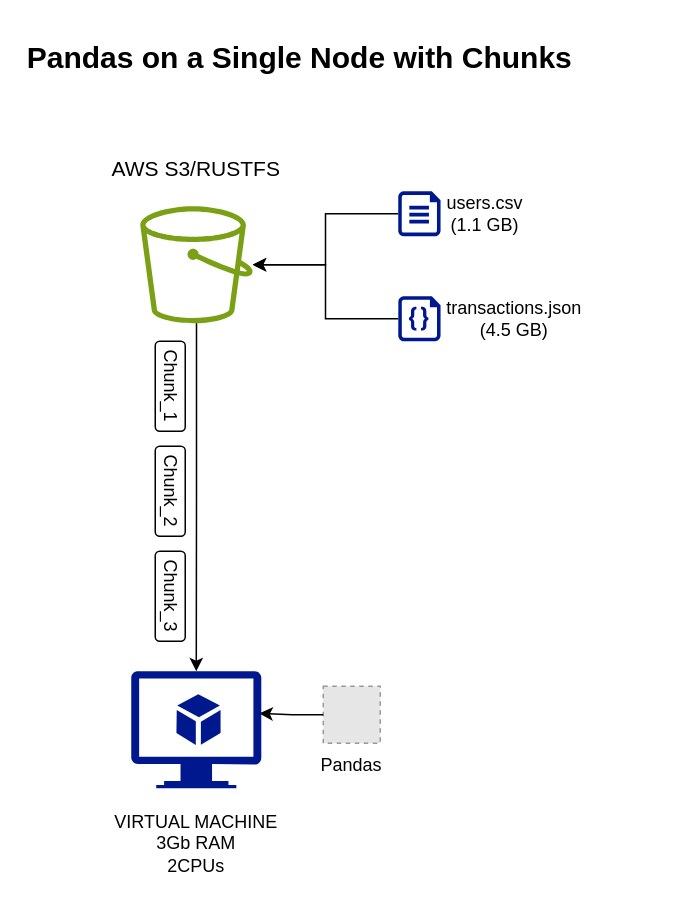
The draw.io diagram page "Single node Pandas (Chunk)" (4 of 8) of assets/architecture.drawio in juanccq/processing-oom-datasets, before the edit. Source tidied: cells renumbered, new cells numbered last; positions are measured from the earlier drawing's top-left corner, leaving out a move shared by most shapes. Both pictures are drawn from the tidied source at 150%, with x=0, y=0 at pixel (36, 26). Pictures stored in the file or linked from it are replaced by grey dashed boxes.
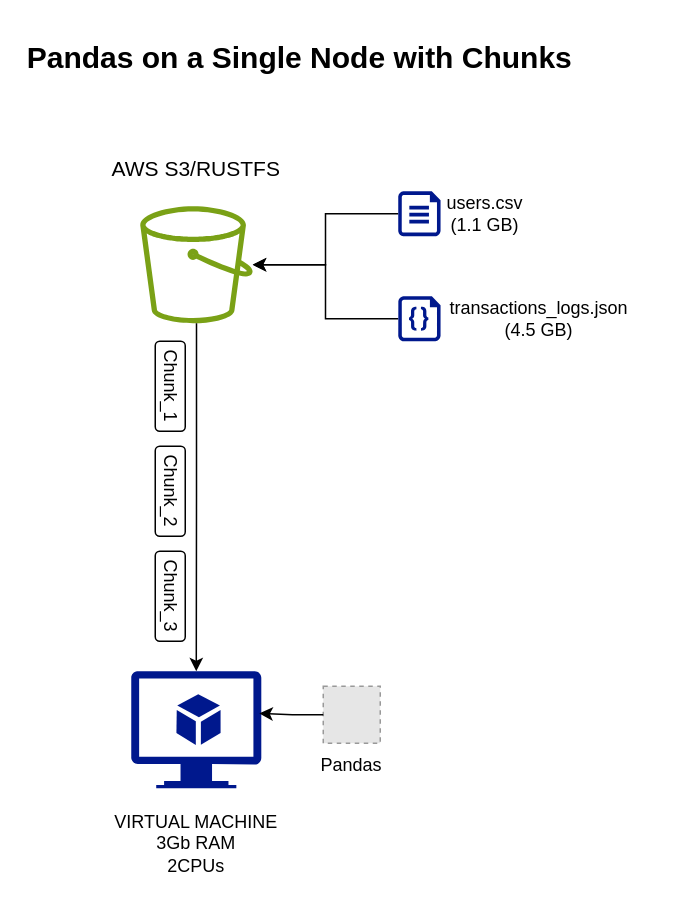
Above is the later version.

Diff of the diagram source:
```diff
@@
 <mxGraphModel>
   <root>
     <mxCell id="0" />
     <mxCell id="1" parent="0" />
     <mxCell id="2" style="sketch=0;outlineConnect=0;fontColor=#232F3E;gradientColor=none;fillColor=#7AA116;strokeColor=none;dashed=0;verticalLabelPosition=bottom;verticalAlign=top;align=center;html=1;fontSize=12;fontStyle=0;shape=mxgraph.aws4.bucket;" parent="1" vertex="1">
       <mxGeometry x="69" y="120" width="75" height="78" as="geometry" />
     </mxCell>
     <mxCell id="3" style="sketch=0;shadow=0;dashed=0;html=1;strokeColor=none;labelPosition=center;verticalLabelPosition=bottom;verticalAlign=top;align=center;fillColor=#00188D;shape=mxgraph.azure.virtual_machine_feature;" parent="1" vertex="1">
       <mxGeometry x="63" y="430" width="86.7" height="78" as="geometry" />
     </mxCell>
     <mxCell id="4" value="AWS S3/RUSTFS" style="text;html=1;whiteSpace=wrap;strokeColor=none;fillColor=none;align=center;verticalAlign=middle;rounded=0;fontSize=14;" parent="1" vertex="1">
       <mxGeometry x="49" y="80" width="115" height="30" as="geometry" />
     </mxCell>
     <mxCell id="5" value="VIRTUAL MACHINE&lt;div&gt;3Gb RAM&lt;/div&gt;&lt;div&gt;2CPUs&lt;/div&gt;" style="text;html=1;whiteSpace=wrap;strokeColor=none;fillColor=none;align=center;verticalAlign=middle;rounded=0;" parent="1" vertex="1">
       <mxGeometry x="49" y="520" width="115" height="50" as="geometry" />
     </mxCell>
     <mxCell id="6" style="edgeStyle=orthogonalEdgeStyle;rounded=0;jettySize=auto;html=1;entryX=0.5;entryY=0;entryDx=0;entryDy=0;entryPerimeter=0;" parent="1" edge="1" source="2" target="3">
       <mxGeometry relative="1" as="geometry" />
     </mxCell>
     <mxCell id="7" style="edgeStyle=orthogonalEdgeStyle;rounded=0;jettySize=auto;html=1;" parent="1" edge="1" source="8" target="2">
       <mxGeometry relative="1" as="geometry" />
     </mxCell>
     <mxCell id="8" style="sketch=0;shadow=0;dashed=0;html=1;strokeColor=none;labelPosition=center;verticalLabelPosition=bottom;verticalAlign=top;align=center;fillColor=#00188D;shape=mxgraph.azure.code_file;" parent="1" vertex="1">
       <mxGeometry x="241" y="180" width="28.2" height="30" as="geometry" />
     </mxCell>
     <mxCell id="9" style="edgeStyle=orthogonalEdgeStyle;rounded=0;jettySize=auto;html=1;" parent="1" edge="1" source="10" target="2">
       <mxGeometry relative="1" as="geometry" />
     </mxCell>
     <mxCell id="10" style="sketch=0;shadow=0;dashed=0;html=1;strokeColor=none;labelPosition=center;verticalLabelPosition=bottom;verticalAlign=top;align=center;fillColor=#00188D;shape=mxgraph.azure.file;" parent="1" vertex="1">
       <mxGeometry x="241" y="110" width="28.2" height="30" as="geometry" />
     </mxCell>
     <mxCell id="11" value="users.csv (1.1 GB)" style="text;html=1;whiteSpace=wrap;strokeColor=none;fillColor=none;align=center;verticalAlign=middle;rounded=0;" parent="1" vertex="1">
       <mxGeometry x="269" y="110" width="60" height="30" as="geometry" />
     </mxCell>
-    <mxCell id="12" value="transactions.json&lt;div&gt;(4.5 GB)&lt;/div&gt;" style="text;html=1;whiteSpace=wrap;strokeColor=none;fillColor=none;align=center;verticalAlign=middle;rounded=0;" parent="1" vertex="1">
-      <mxGeometry x="261" y="180" width="115" height="30" as="geometry" />
+    <mxCell id="12" value="transactions_logs.json&lt;div&gt;(4.5 GB)&lt;/div&gt;" style="text;html=1;whiteSpace=wrap;strokeColor=none;fillColor=none;align=center;verticalAlign=middle;rounded=0;" parent="1" vertex="1">
+      <mxGeometry x="261" y="180" width="148" height="30" as="geometry" />
     </mxCell>
     <mxCell id="13" style="fillColor=#E6E6E6;strokeColor=#999999;dashed=1;" parent="1" vertex="1">
       <mxGeometry x="191" y="440" width="38" height="38" as="geometry" />
     </mxCell>
     <mxCell id="14" style="edgeStyle=orthogonalEdgeStyle;rounded=0;jettySize=auto;html=1;entryX=0.985;entryY=0.361;entryDx=0;entryDy=0;entryPerimeter=0;" parent="1" edge="1" source="13" target="3">
       <mxGeometry relative="1" as="geometry" />
     </mxCell>
     <mxCell id="15" value="Pandas on a Single Node with Chunks" style="text;strokeColor=none;fillColor=none;html=1;fontSize=20;fontStyle=1;verticalAlign=middle;align=center;autosizeText=1;" parent="1" vertex="1">
       <mxGeometry width="349" height="40" as="geometry" />
     </mxCell>
     <mxCell id="16" value="Chunk_1" style="rounded=1;whiteSpace=wrap;html=1;rotation=90;" parent="1" vertex="1">
       <mxGeometry x="59" y="230" width="60" height="20" as="geometry" />
     </mxCell>
     <mxCell id="17" value="Chunk_2" style="rounded=1;whiteSpace=wrap;html=1;rotation=90;" parent="1" vertex="1">
       <mxGeometry x="59" y="300" width="60" height="20" as="geometry" />
     </mxCell>
     <mxCell id="18" value="Chunk_3" style="rounded=1;whiteSpace=wrap;html=1;rotation=90;" parent="1" vertex="1">
       <mxGeometry x="59" y="370" width="60" height="20" as="geometry" />
     </mxCell>
     <mxCell id="19" value="Pandas" style="text;html=1;whiteSpace=wrap;strokeColor=none;fillColor=none;align=center;verticalAlign=middle;rounded=0;" parent="1" vertex="1">
       <mxGeometry x="180" y="478" width="60" height="30" as="geometry" />
     </mxCell>
   </root>
 </mxGraphModel>
```
